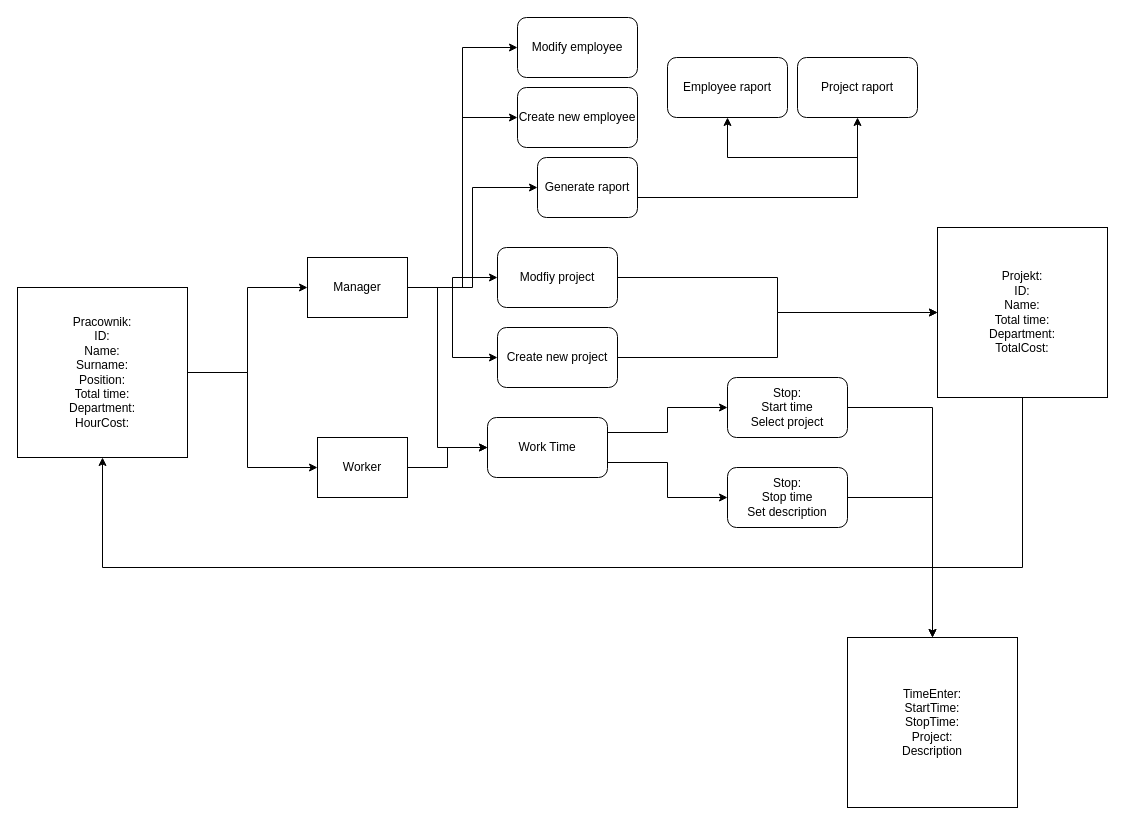
Above: Infoshare diagram.drawio in Tomasz98Zukowski/TripBudgetApp (draw.io), before the change. Source tidied: cells renumbered, new cells numbered last; positions are measured from the earlier drawing's top-left corner, leaving out a move shared by most shapes. Both pictures are drawn from the tidied source at 100%, with x=0, y=0 at pixel (17, 17).
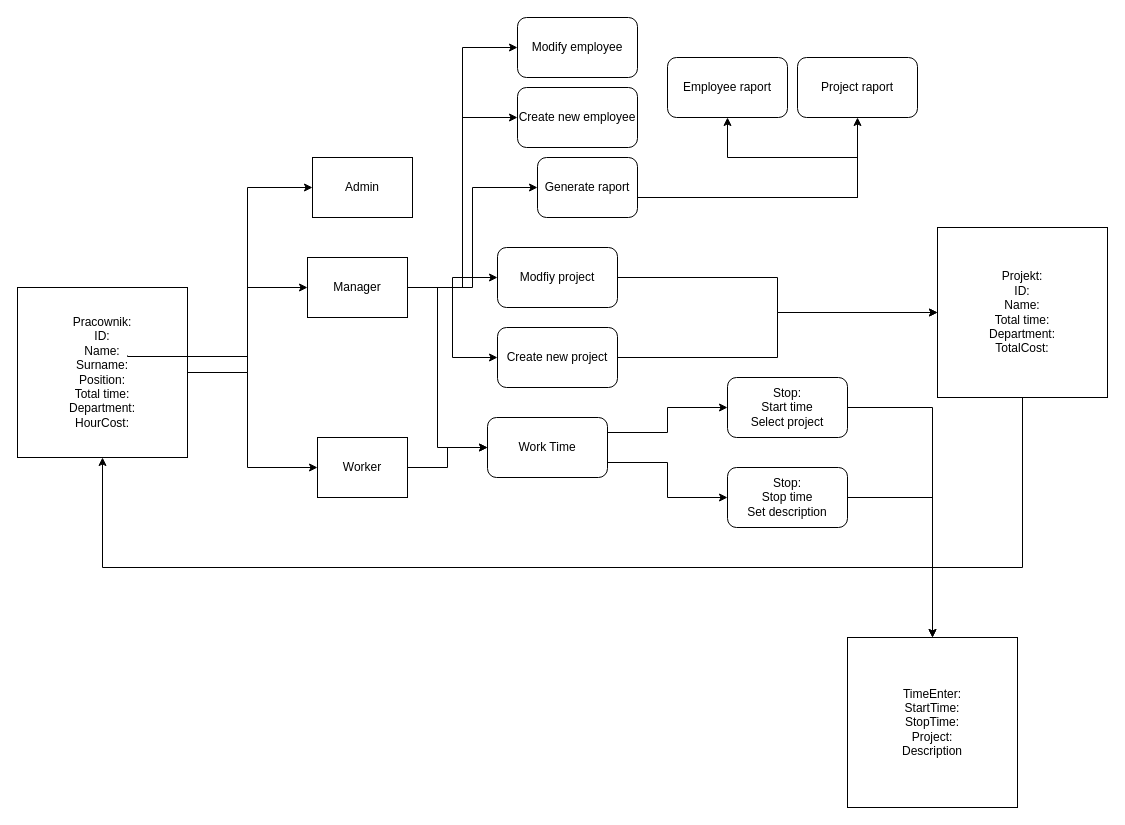
Above is the later version.

The edit, as a diff of the source:
```diff
@@
+    <mxCell id="35" value="Admin" style="rounded=0;whiteSpace=wrap;html=1;" parent="1" vertex="1">
+      <mxGeometry x="295" y="140" width="100" height="60" as="geometry" />
+    </mxCell>
+    <mxCell id="36" style="edgeStyle=orthogonalEdgeStyle;rounded=0;jettySize=auto;html=1;exitX=1;exitY=0.5;exitDx=0;exitDy=0;entryX=0;entryY=0.5;entryDx=0;entryDy=0;" parent="1" edge="1" target="35">
+      <mxGeometry relative="1" as="geometry">
+        <mxPoint x="110" y="338" as="sourcePoint" />
+        <Array as="points">
+          <mxPoint x="110" y="339" />
+          <mxPoint x="230" y="339" />
+          <mxPoint x="230" y="170" />
+        </Array>
+      </mxGeometry>
+    </mxCell>
```
